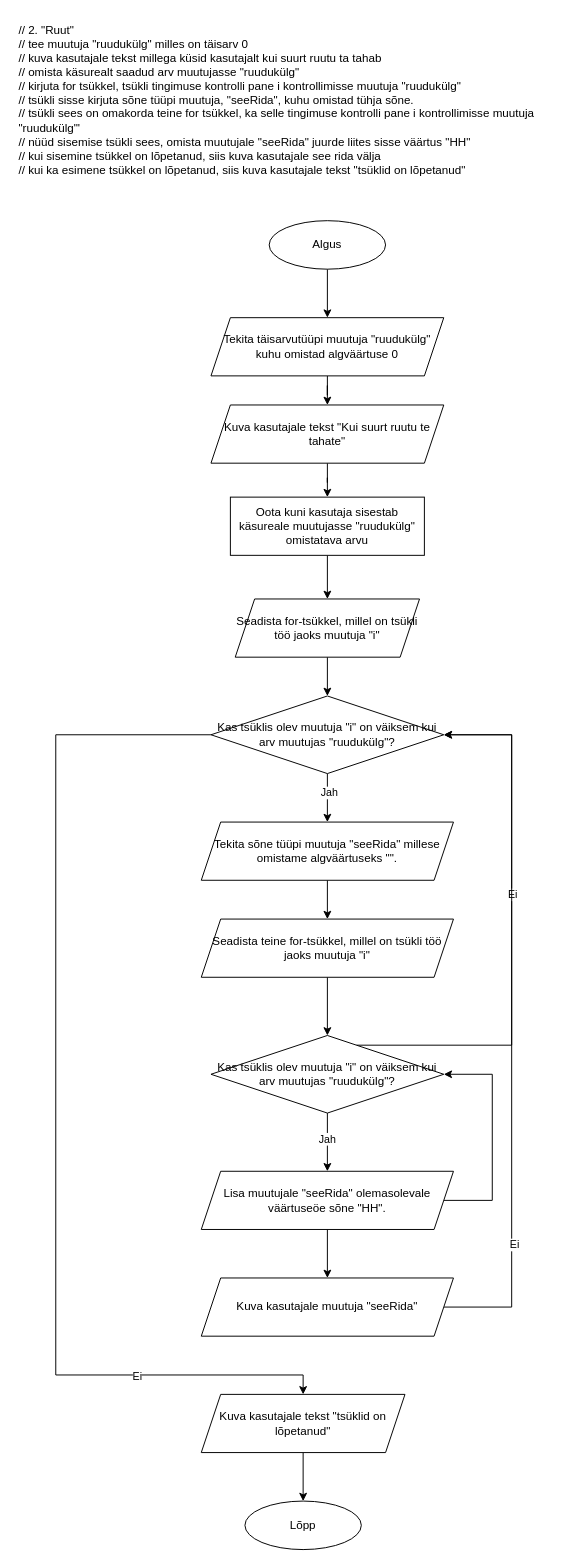
This is Tsüklid_massiivid/CYCLES/Tsüklid-For ülesanne 2.drawio from svernix/Harjutus, a draw.io file, before an edit. Source tidied: cells renumbered, new cells numbered last; positions are measured from the earlier drawing's top-left corner, leaving out a move shared by most shapes. Both pictures are drawn from the tidied source at 97%, with x=0, y=0 at pixel (16, 16).
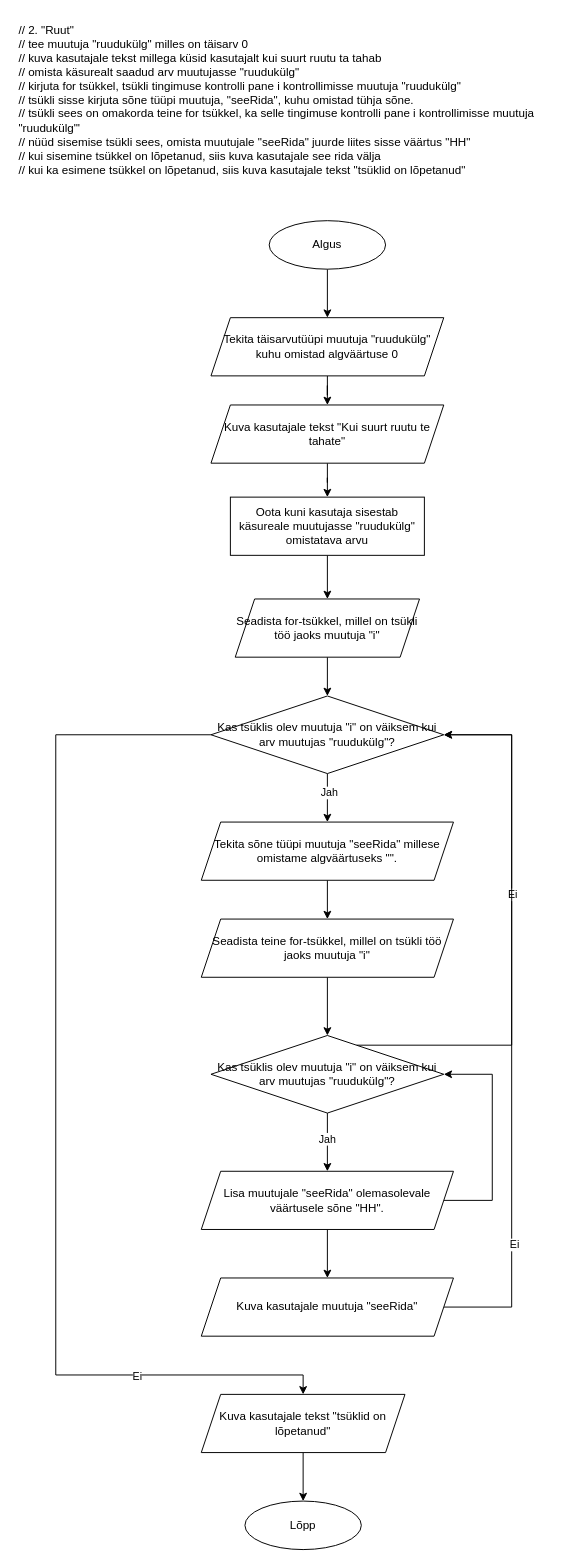
The same diagram, later.

Commit message (it also covers changes not shown here):
Lõpetasin tsüklid for ül 2 harjutuse

Diff of the diagram source:
```diff
@@
-    <mxCell id="29" value="Lisa muutujale &quot;seeRida&quot; olemasolevale väärtuseöe sõne &quot;HH&quot;." style="shape=parallelogram;perimeter=parallelogramPerimeter;whiteSpace=wrap;html=1;fixedSize=1;" parent="1" vertex="1">
+    <mxCell id="29" value="Lisa muutujale &quot;seeRida&quot; olemasolevale väärtusele sõne &quot;HH&quot;." style="shape=parallelogram;perimeter=parallelogramPerimeter;whiteSpace=wrap;html=1;fixedSize=1;" parent="1" vertex="1">
       <mxGeometry x="190" y="1190" width="260" height="60" as="geometry" />
     </mxCell>
```
